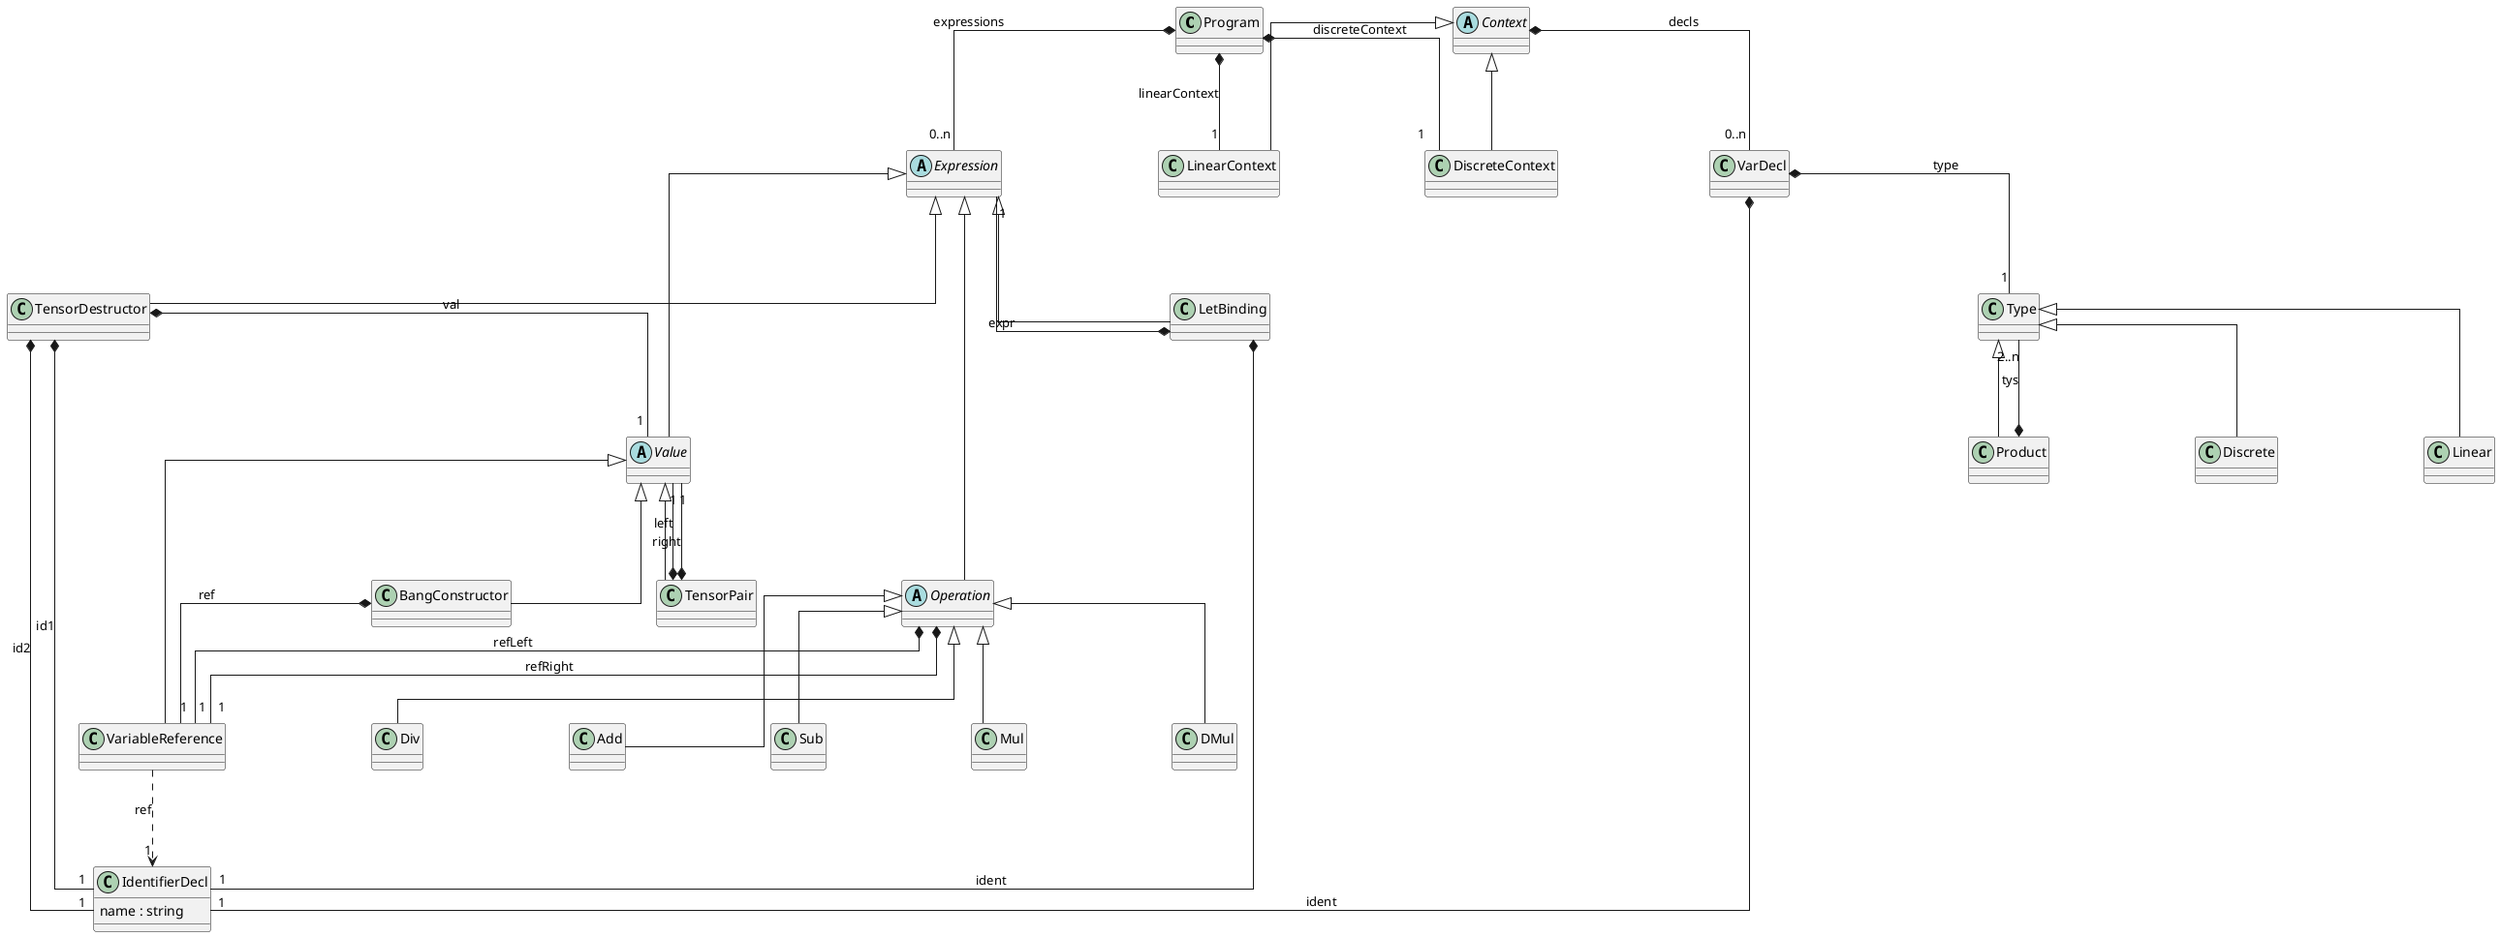
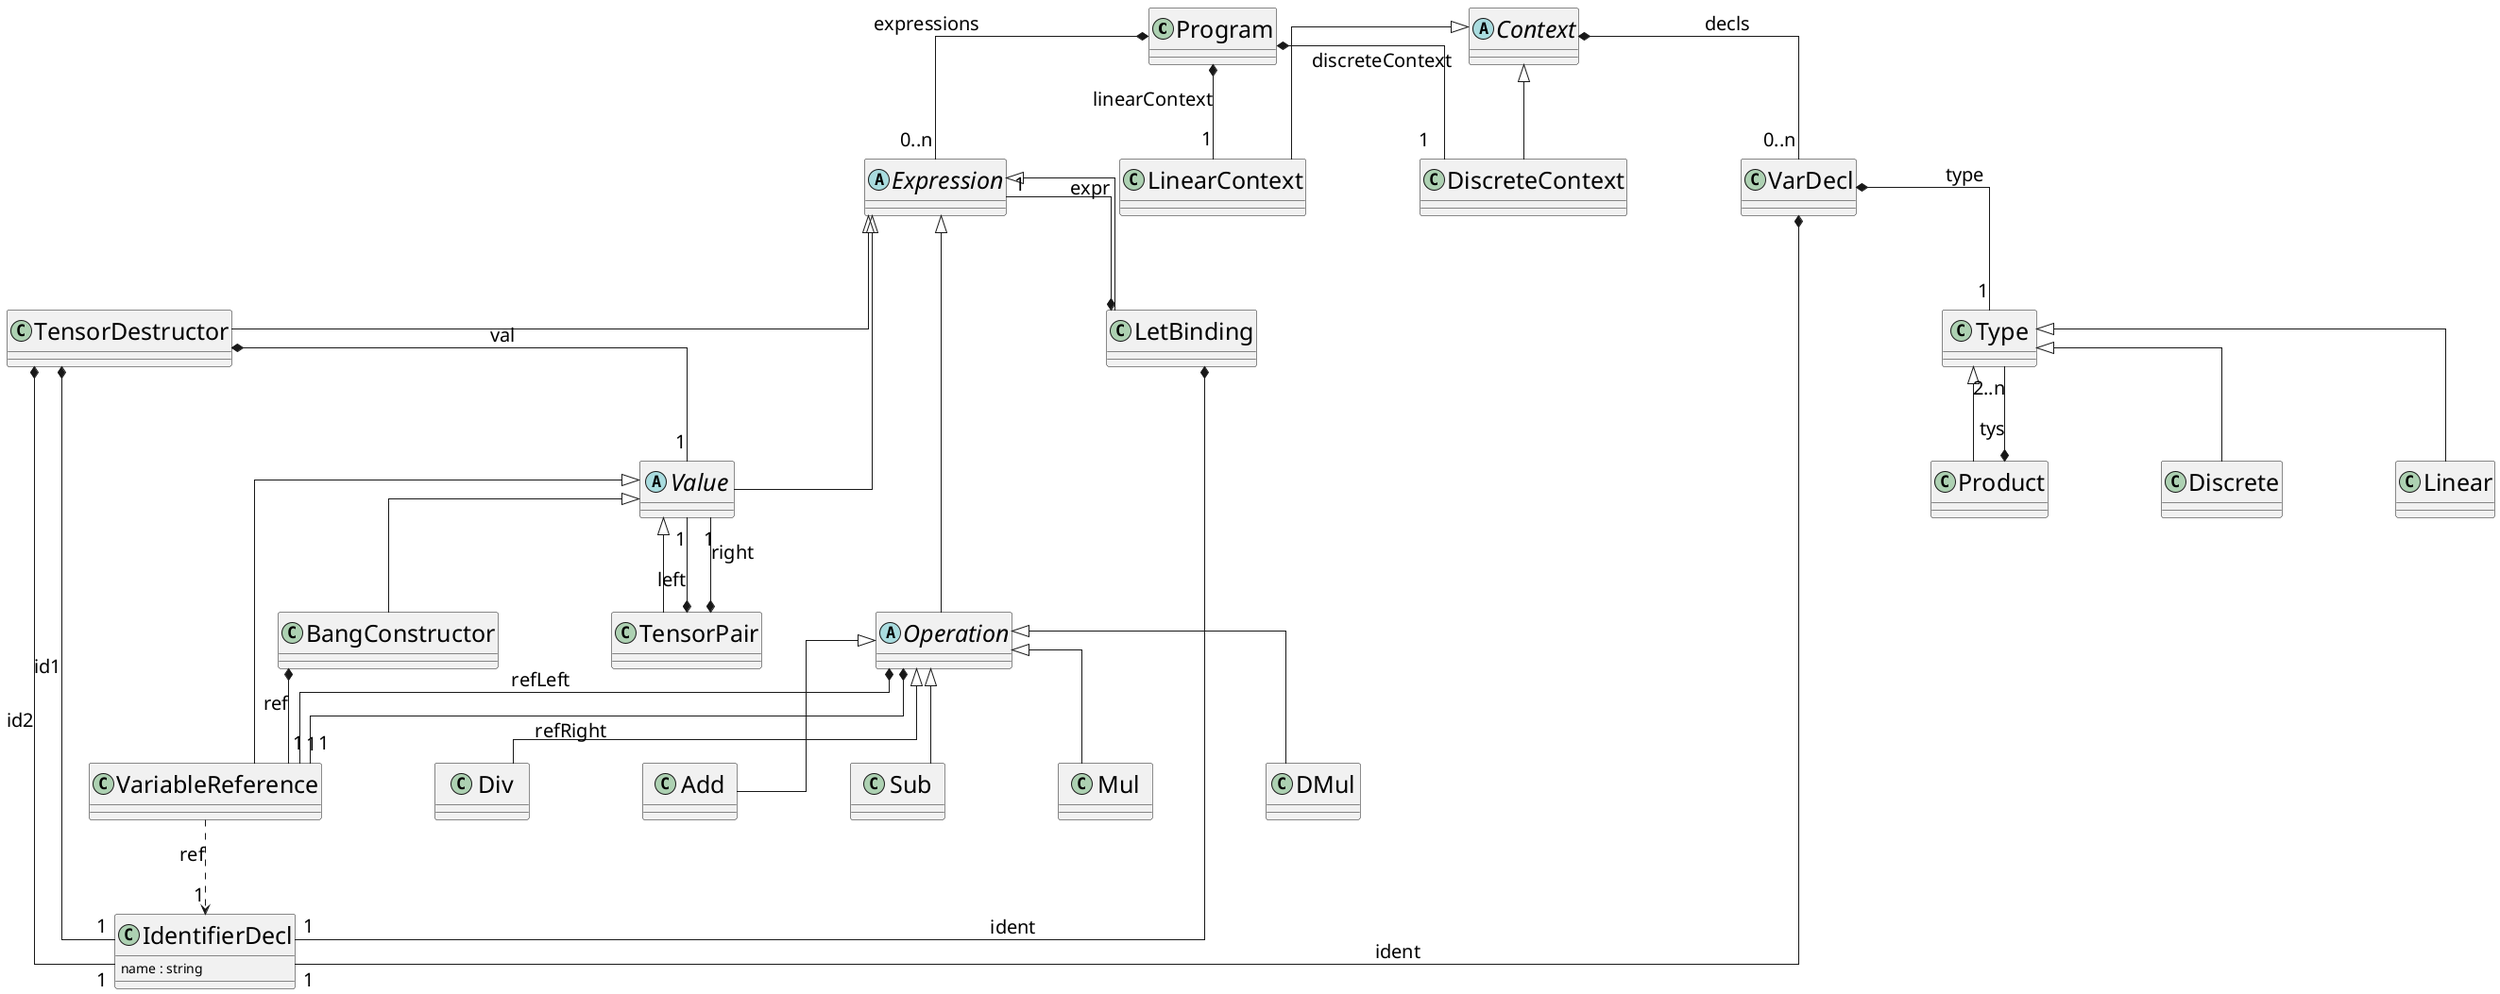
@startuml bean-class-diagram
skinparam linetype polyline
skinparam linetype ortho
- skinparam nodesep 150
+ skinparam nodesep 120
skinparam ranksep 100
+ skinparam class {
+  FontSize 25
+  ArrowFontSize 20
+ }
+ skinparam MinClassWidth 100

class Program
class LinearContext
class DiscreteContext
abstract Context
abstract Expression
abstract Value
class VarDecl
class IdentifierDecl {
  name : string
}
abstract Operation

Context ^-- LinearContext
Context ^-- DiscreteContext

Type ^-down- Discrete
Type ^-down- Linear
Type ^-down- Product

Expression ^-- LetBinding
Expression ^-- TensorDestructor
Expression ^-- Value
Expression ^-- Operation
Value ^-- TensorPair
Value ^-- VariableReference
Value ^-- BangConstructor

Operation ^-- Add
Operation ^-- Sub
Operation ^-- Mul
Operation ^-- DMul
Operation ^-- Div

Program *-- "1" DiscreteContext : discreteContext
Program *-- "1" LinearContext : linearContext
Program *-- "0..n" Expression : expressions

Context *-- "0..n" VarDecl : decls
VarDecl *-- "1" IdentifierDecl : ident
VarDecl *-- "1" Type : type

Product *-- "2..n" Type : tys

LetBinding *-- "1" IdentifierDecl : ident
LetBinding *-- "1" Expression : expr

TensorDestructor *-- "1" IdentifierDecl : id1
TensorDestructor *-- "1" IdentifierDecl : id2
TensorDestructor *-- "1" Value : val

VariableReference ..> "1" IdentifierDecl : ref

TensorPair *-- "1" Value : left
TensorPair *-- "1" Value : right

BangConstructor *-- "1" VariableReference : ref

Operation *-- "1" VariableReference : refLeft
Operation *-- "1" VariableReference : refRight
@enduml